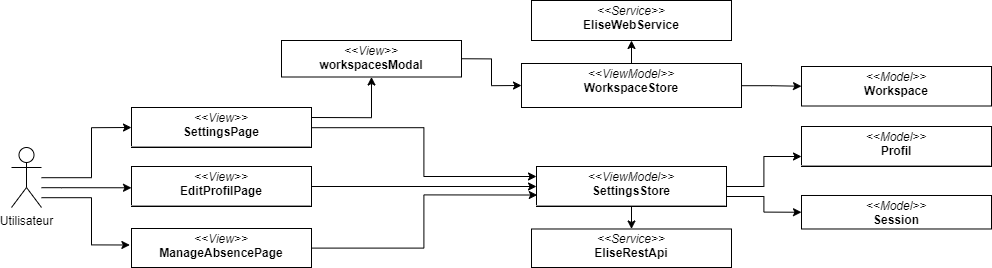
Before: images_pfe/dca_sprint6.png, a diagram exported from draw.io (PFE-Neoledge-2023/rapport). Source tidied: cells renumbered, new cells last; positions are measured from the earlier drawing's top-left corner, leaving out a move shared by most shapes.
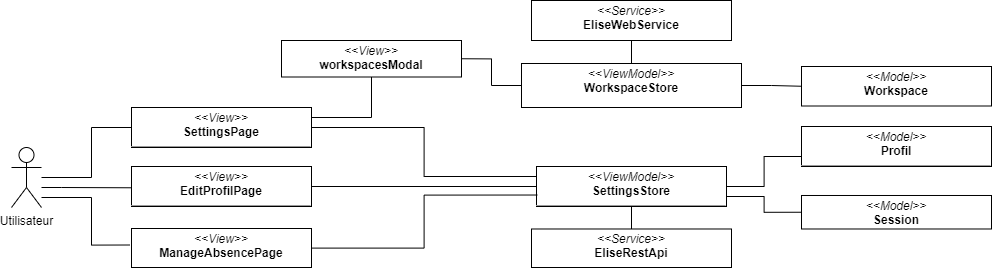
Later version of the same file.

What changed in the source:
```diff
@@ -2,7 +2,7 @@
   <root>
     <mxCell id="0" />
     <mxCell id="1" parent="0" />
-    <mxCell id="2" style="edgeStyle=orthogonalEdgeStyle;rounded=0;jettySize=auto;html=1;entryX=0;entryY=0.532;entryDx=0;entryDy=0;entryPerimeter=0;" parent="1" edge="1" source="5" target="7">
+    <mxCell id="2" style="edgeStyle=orthogonalEdgeStyle;rounded=0;jettySize=auto;html=1;entryX=0;entryY=0.532;entryDx=0;entryDy=0;entryPerimeter=0;endArrow=none;endFill=0;" parent="1" edge="1" source="5" target="7">
       <mxGeometry relative="1" as="geometry">
         <Array as="points">
           <mxPoint x="50" y="187" />
@@ -10,7 +10,7 @@
         </Array>
       </mxGeometry>
     </mxCell>
-    <mxCell id="3" style="edgeStyle=orthogonalEdgeStyle;html=1;entryX=0;entryY=0.5;entryDx=0;entryDy=0;rounded=0;" parent="1" edge="1" source="5" target="12">
+    <mxCell id="3" style="edgeStyle=orthogonalEdgeStyle;html=1;entryX=0;entryY=0.5;entryDx=0;entryDy=0;rounded=0;endArrow=none;endFill=0;" parent="1" edge="1" source="5" target="12">
       <mxGeometry relative="1" as="geometry">
         <Array as="points">
           <mxPoint x="80" y="177" />
@@ -18,7 +18,7 @@
         </Array>
       </mxGeometry>
     </mxCell>
-    <mxCell id="4" style="edgeStyle=orthogonalEdgeStyle;rounded=0;html=1;entryX=-0.009;entryY=0.423;entryDx=0;entryDy=0;entryPerimeter=0;" parent="1" edge="1" source="5" target="18">
+    <mxCell id="4" style="edgeStyle=orthogonalEdgeStyle;rounded=0;html=1;entryX=-0.009;entryY=0.423;entryDx=0;entryDy=0;entryPerimeter=0;endArrow=none;endFill=0;" parent="1" edge="1" source="5" target="18">
       <mxGeometry relative="1" as="geometry">
         <Array as="points">
           <mxPoint x="80" y="197" />
@@ -29,7 +29,7 @@
     <mxCell id="5" value="Utilisateur" style="shape=umlActor;verticalLabelPosition=bottom;verticalAlign=top;html=1;outlineConnect=0;" parent="1" vertex="1">
       <mxGeometry y="147" width="30" height="60" as="geometry" />
     </mxCell>
-    <mxCell id="6" style="edgeStyle=orthogonalEdgeStyle;rounded=0;html=1;" parent="1" edge="1" source="7" target="16">
+    <mxCell id="6" style="edgeStyle=orthogonalEdgeStyle;rounded=0;html=1;endArrow=none;endFill=0;" parent="1" edge="1" source="7" target="16">
       <mxGeometry relative="1" as="geometry" />
     </mxCell>
     <mxCell id="7" value="&lt;p style=&quot;margin:0px;margin-top:4px;text-align:center;&quot;&gt;&lt;i&gt;&amp;lt;&amp;lt;View&amp;gt;&amp;gt;&lt;/i&gt;&lt;br&gt;&lt;b&gt;EditProfilPage&lt;/b&gt;&lt;/p&gt;&lt;hr style=&quot;border-color: var(--border-color);&quot; size=&quot;1&quot;&gt;&lt;p style=&quot;border-color: var(--border-color); margin: 0px 0px 0px 4px;&quot;&gt;&lt;br&gt;&lt;/p&gt;&lt;p style=&quot;border-color: var(--border-color); margin: 0px 0px 0px 4px;&quot;&gt;&lt;br&gt;&lt;/p&gt;" style="verticalAlign=top;align=left;overflow=fill;fontSize=12;fontFamily=Helvetica;html=1;whiteSpace=wrap;" parent="1" vertex="1">
@@ -41,28 +41,28 @@
     <mxCell id="9" value="&lt;p style=&quot;margin:0px;margin-top:4px;text-align:center;&quot;&gt;&lt;i&gt;&amp;lt;&amp;lt;Service&amp;gt;&amp;gt;&lt;/i&gt;&lt;br&gt;&lt;b&gt;EliseRestApi&lt;/b&gt;&lt;/p&gt;&lt;hr size=&quot;1&quot;&gt;&lt;p style=&quot;margin:0px;margin-left:4px;&quot;&gt;&lt;/p&gt;&lt;p style=&quot;margin:0px;margin-left:4px;&quot;&gt;&lt;br&gt;&lt;/p&gt;" style="verticalAlign=top;align=left;overflow=fill;fontSize=12;fontFamily=Helvetica;html=1;whiteSpace=wrap;" parent="1" vertex="1">
       <mxGeometry x="520" y="228.5" width="200" height="38.5" as="geometry" />
     </mxCell>
-    <mxCell id="10" style="edgeStyle=orthogonalEdgeStyle;rounded=0;html=1;entryX=0;entryY=0.25;entryDx=0;entryDy=0;" parent="1" edge="1" source="12" target="16">
+    <mxCell id="10" style="edgeStyle=orthogonalEdgeStyle;rounded=0;html=1;entryX=0;entryY=0.25;entryDx=0;entryDy=0;endArrow=none;endFill=0;" parent="1" edge="1" source="12" target="16">
       <mxGeometry relative="1" as="geometry" />
     </mxCell>
-    <mxCell id="11" style="edgeStyle=orthogonalEdgeStyle;rounded=0;html=1;exitX=1;exitY=0.25;exitDx=0;exitDy=0;entryX=0.5;entryY=1;entryDx=0;entryDy=0;" parent="1" edge="1" source="12" target="21">
+    <mxCell id="11" style="edgeStyle=orthogonalEdgeStyle;rounded=0;html=1;exitX=1;exitY=0.25;exitDx=0;exitDy=0;entryX=0.5;entryY=1;entryDx=0;entryDy=0;endArrow=none;endFill=0;" parent="1" edge="1" source="12" target="21">
       <mxGeometry relative="1" as="geometry" />
     </mxCell>
     <mxCell id="12" value="&lt;p style=&quot;margin:0px;margin-top:4px;text-align:center;&quot;&gt;&lt;i&gt;&amp;lt;&amp;lt;View&amp;gt;&amp;gt;&lt;/i&gt;&lt;br&gt;&lt;b&gt;SettingsPage&lt;/b&gt;&lt;/p&gt;&lt;hr style=&quot;border-color: var(--border-color);&quot; size=&quot;1&quot;&gt;&lt;p style=&quot;border-color: var(--border-color); margin: 0px 0px 0px 4px;&quot;&gt;&lt;br&gt;&lt;/p&gt;" style="verticalAlign=top;align=left;overflow=fill;fontSize=12;fontFamily=Helvetica;html=1;whiteSpace=wrap;" parent="1" vertex="1">
       <mxGeometry x="120" y="107" width="180" height="40" as="geometry" />
     </mxCell>
-    <mxCell id="13" style="edgeStyle=orthogonalEdgeStyle;rounded=0;html=1;" parent="1" edge="1" source="16" target="9">
+    <mxCell id="13" style="edgeStyle=orthogonalEdgeStyle;rounded=0;html=1;endArrow=none;endFill=0;" parent="1" edge="1" source="16" target="9">
       <mxGeometry relative="1" as="geometry" />
     </mxCell>
-    <mxCell id="14" style="edgeStyle=orthogonalEdgeStyle;rounded=0;html=1;exitX=1;exitY=0.75;exitDx=0;exitDy=0;entryX=0;entryY=0.5;entryDx=0;entryDy=0;" parent="1" edge="1" source="16" target="8">
+    <mxCell id="14" style="edgeStyle=orthogonalEdgeStyle;rounded=0;html=1;exitX=1;exitY=0.75;exitDx=0;exitDy=0;entryX=0;entryY=0.5;entryDx=0;entryDy=0;endArrow=none;endFill=0;" parent="1" edge="1" source="16" target="8">
       <mxGeometry relative="1" as="geometry" />
     </mxCell>
-    <mxCell id="15" style="edgeStyle=orthogonalEdgeStyle;rounded=0;html=1;exitX=1;exitY=0.5;exitDx=0;exitDy=0;entryX=0;entryY=0.75;entryDx=0;entryDy=0;" parent="1" edge="1" source="16" target="19">
+    <mxCell id="15" style="edgeStyle=orthogonalEdgeStyle;rounded=0;html=1;exitX=1;exitY=0.5;exitDx=0;exitDy=0;entryX=0;entryY=0.75;entryDx=0;entryDy=0;endArrow=none;endFill=0;" parent="1" edge="1" source="16" target="19">
       <mxGeometry relative="1" as="geometry" />
     </mxCell>
     <mxCell id="16" value="&lt;p style=&quot;margin:0px;margin-top:4px;text-align:center;&quot;&gt;&lt;i&gt;&amp;lt;&amp;lt;ViewModel&amp;gt;&amp;gt;&lt;/i&gt;&lt;br&gt;&lt;b&gt;SettingsStore&lt;/b&gt;&lt;/p&gt;&lt;hr size=&quot;1&quot;&gt;&lt;p style=&quot;margin:0px;margin-left:4px;&quot;&gt;&lt;/p&gt;&lt;p style=&quot;margin:0px;margin-left:4px;&quot;&gt;&lt;br&gt;&lt;/p&gt;" style="verticalAlign=top;align=left;overflow=fill;fontSize=12;fontFamily=Helvetica;html=1;whiteSpace=wrap;" parent="1" vertex="1">
       <mxGeometry x="525" y="166" width="190" height="40" as="geometry" />
     </mxCell>
-    <mxCell id="17" style="edgeStyle=orthogonalEdgeStyle;rounded=0;html=1;entryX=0.004;entryY=0.713;entryDx=0;entryDy=0;entryPerimeter=0;" parent="1" edge="1" source="18" target="16">
+    <mxCell id="17" style="edgeStyle=orthogonalEdgeStyle;rounded=0;html=1;entryX=0.004;entryY=0.713;entryDx=0;entryDy=0;entryPerimeter=0;endArrow=none;endFill=0;" parent="1" edge="1" source="18" target="16">
       <mxGeometry relative="1" as="geometry" />
     </mxCell>
     <mxCell id="18" value="&lt;p style=&quot;margin:0px;margin-top:4px;text-align:center;&quot;&gt;&lt;i&gt;&amp;lt;&amp;lt;View&amp;gt;&amp;gt;&lt;/i&gt;&lt;br&gt;&lt;b&gt;ManageAbsencePage&lt;/b&gt;&lt;/p&gt;&lt;hr style=&quot;border-color: var(--border-color);&quot; size=&quot;1&quot;&gt;&lt;p style=&quot;border-color: var(--border-color); margin: 0px 0px 0px 4px;&quot;&gt;&lt;br&gt;&lt;/p&gt;&lt;p style=&quot;border-color: var(--border-color); margin: 0px 0px 0px 4px;&quot;&gt;&lt;br&gt;&lt;/p&gt;" style="verticalAlign=top;align=left;overflow=fill;fontSize=12;fontFamily=Helvetica;html=1;whiteSpace=wrap;" parent="1" vertex="1">
@@ -71,16 +71,16 @@
     <mxCell id="19" value="&lt;p style=&quot;margin:0px;margin-top:4px;text-align:center;&quot;&gt;&lt;i&gt;&amp;lt;&amp;lt;Model&amp;gt;&amp;gt;&lt;/i&gt;&lt;br&gt;&lt;b&gt;Profil&lt;/b&gt;&lt;/p&gt;&lt;hr size=&quot;1&quot;&gt;&lt;p style=&quot;margin:0px;margin-left:4px;&quot;&gt;&lt;br&gt;&lt;/p&gt;&lt;p style=&quot;margin:0px;margin-left:4px;&quot;&gt;&lt;br&gt;&lt;/p&gt;" style="verticalAlign=top;align=left;overflow=fill;fontSize=12;fontFamily=Helvetica;html=1;whiteSpace=wrap;" parent="1" vertex="1">
       <mxGeometry x="790" y="126" width="190" height="40" as="geometry" />
     </mxCell>
-    <mxCell id="20" style="edgeStyle=orthogonalEdgeStyle;rounded=0;html=1;exitX=1;exitY=0.5;exitDx=0;exitDy=0;entryX=0;entryY=0.5;entryDx=0;entryDy=0;" parent="1" edge="1" source="21" target="24">
+    <mxCell id="20" style="edgeStyle=orthogonalEdgeStyle;rounded=0;html=1;exitX=1;exitY=0.5;exitDx=0;exitDy=0;entryX=0;entryY=0.5;entryDx=0;entryDy=0;endArrow=none;endFill=0;" parent="1" edge="1" source="21" target="24">
       <mxGeometry relative="1" as="geometry" />
     </mxCell>
     <mxCell id="21" value="&lt;p style=&quot;margin:0px;margin-top:4px;text-align:center;&quot;&gt;&lt;i&gt;&amp;lt;&amp;lt;View&amp;gt;&amp;gt;&lt;/i&gt;&lt;br&gt;&lt;b&gt;workspacesModal&lt;/b&gt;&lt;br&gt;&lt;/p&gt;&lt;p style=&quot;border-color: var(--border-color); margin: 0px 0px 0px 4px;&quot;&gt;&lt;br&gt;&lt;/p&gt;" style="verticalAlign=top;align=left;overflow=fill;fontSize=12;fontFamily=Helvetica;html=1;whiteSpace=wrap;" parent="1" vertex="1">
       <mxGeometry x="270" y="40" width="180" height="36.5" as="geometry" />
     </mxCell>
-    <mxCell id="22" style="edgeStyle=orthogonalEdgeStyle;rounded=0;html=1;exitX=0.5;exitY=0;exitDx=0;exitDy=0;entryX=0.5;entryY=1;entryDx=0;entryDy=0;" parent="1" edge="1" source="24" target="25">
+    <mxCell id="22" style="edgeStyle=orthogonalEdgeStyle;rounded=0;html=1;exitX=0.5;exitY=0;exitDx=0;exitDy=0;entryX=0.5;entryY=1;entryDx=0;entryDy=0;endArrow=none;endFill=0;" parent="1" edge="1" source="24" target="25">
       <mxGeometry relative="1" as="geometry" />
     </mxCell>
-    <mxCell id="23" style="edgeStyle=orthogonalEdgeStyle;rounded=0;html=1;entryX=0;entryY=0.5;entryDx=0;entryDy=0;" parent="1" edge="1" source="24" target="26">
+    <mxCell id="23" style="edgeStyle=orthogonalEdgeStyle;rounded=0;html=1;entryX=0;entryY=0.5;entryDx=0;entryDy=0;endArrow=none;endFill=0;" parent="1" edge="1" source="24" target="26">
       <mxGeometry relative="1" as="geometry" />
     </mxCell>
     <mxCell id="24" value="&lt;p style=&quot;margin:0px;margin-top:4px;text-align:center;&quot;&gt;&lt;i&gt;&amp;lt;&amp;lt;ViewModel&amp;gt;&amp;gt;&lt;/i&gt;&lt;br&gt;&lt;b&gt;WorkspaceStore&lt;/b&gt;&lt;br&gt;&lt;/p&gt;&lt;p style=&quot;margin:0px;margin-left:4px;&quot;&gt;&lt;br&gt;&lt;/p&gt;" style="verticalAlign=top;align=left;overflow=fill;fontSize=12;fontFamily=Helvetica;html=1;whiteSpace=wrap;" parent="1" vertex="1">
```
